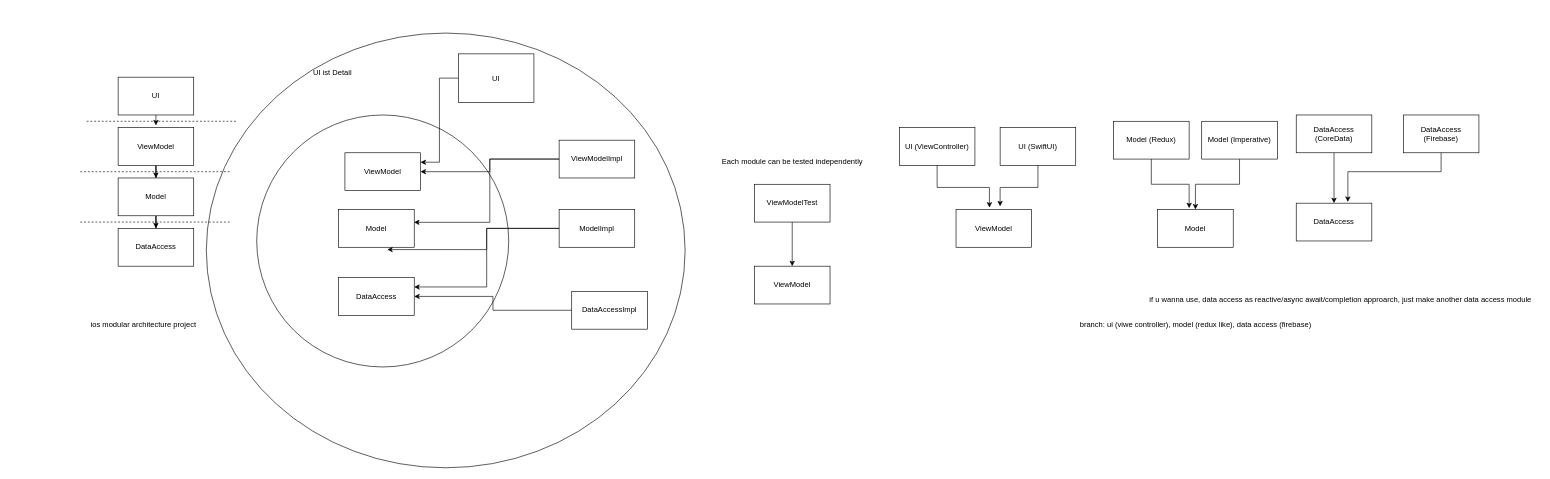
This is todolist-app.drawio from yyasutakee/uml-todoapp, a draw.io file, before an edit. Source tidied: cells renumbered, new cells numbered last; positions are measured from the earlier drawing's top-left corner, leaving out a move shared by most shapes. Both pictures are drawn from the tidied source at 63%, with x=0, y=0 at pixel (80, 33).
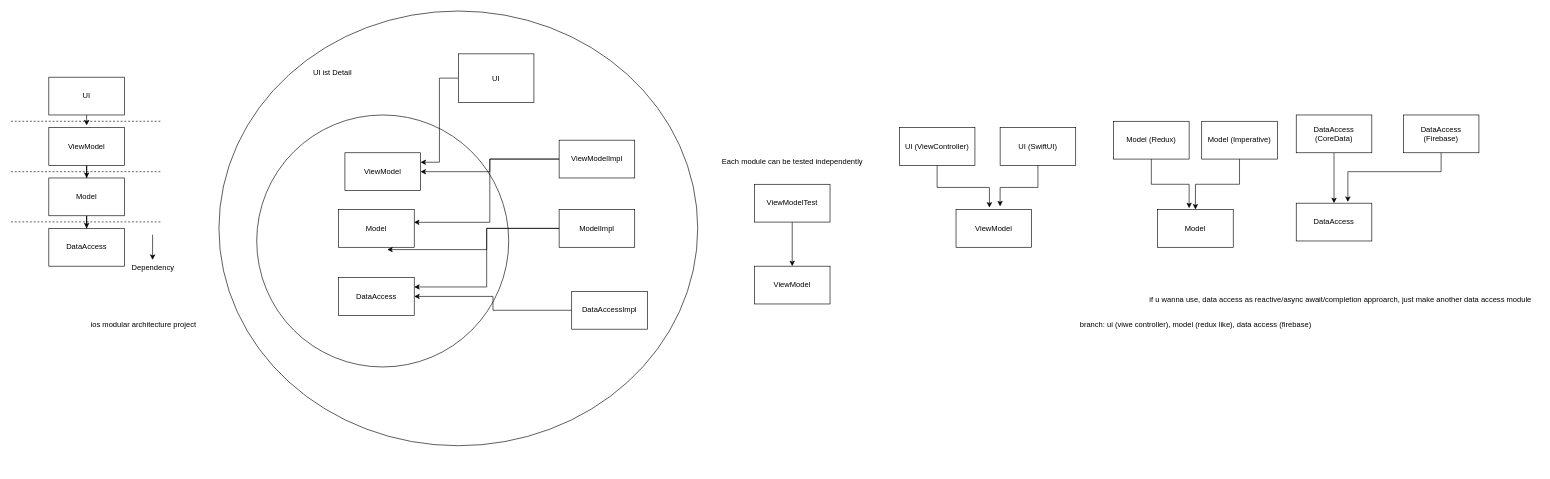
After the change.

Change to the diagram source:
```diff
@@
     <mxCell id="2" style="ellipse;whiteSpace=wrap;html=1;" parent="1" vertex="1">
-      <mxGeometry x="200" width="760" height="690" as="geometry" />
+      <mxGeometry x="220" y="-35" width="760" height="690" as="geometry" />
     </mxCell>
@@
     <mxCell id="4" value="UI" style="rounded=0;whiteSpace=wrap;html=1;" parent="1" vertex="1">
-      <mxGeometry x="60" y="70" width="120" height="60" as="geometry" />
+      <mxGeometry x="-50" y="70" width="120" height="60" as="geometry" />
     </mxCell>
@@
     <mxCell id="6" value="ViewModel" style="rounded=0;whiteSpace=wrap;html=1;" parent="1" vertex="1">
-      <mxGeometry x="60" y="150" width="120" height="60" as="geometry" />
+      <mxGeometry x="-50" y="150" width="120" height="60" as="geometry" />
     </mxCell>
@@
     <mxCell id="8" value="Model" style="rounded=0;whiteSpace=wrap;html=1;" parent="1" vertex="1">
-      <mxGeometry x="60" y="230" width="120" height="60" as="geometry" />
+      <mxGeometry x="-50" y="230" width="120" height="60" as="geometry" />
     </mxCell>
     <mxCell id="9" value="DataAccess" style="rounded=0;whiteSpace=wrap;html=1;" parent="1" vertex="1">
-      <mxGeometry x="60" y="310" width="120" height="60" as="geometry" />
+      <mxGeometry x="-50" y="310" width="120" height="60" as="geometry" />
     </mxCell>
     <mxCell id="10" style="endArrow=none;dashed=1;html=1;rounded=0;" parent="1" edge="1">
       <mxGeometry relative="1" as="geometry">
-        <mxPoint x="10" y="140" as="sourcePoint" />
-        <mxPoint x="250" y="140" as="targetPoint" />
+        <mxPoint x="-110" y="140" as="sourcePoint" />
+        <mxPoint x="130" y="140" as="targetPoint" />
       </mxGeometry>
     </mxCell>
     <mxCell id="11" style="endArrow=none;dashed=1;html=1;rounded=0;" parent="1" edge="1">
       <mxGeometry relative="1" as="geometry">
-        <mxPoint y="220" as="sourcePoint" />
-        <mxPoint x="240" y="220" as="targetPoint" />
+        <mxPoint x="-110" y="220" as="sourcePoint" />
+        <mxPoint x="130" y="220" as="targetPoint" />
       </mxGeometry>
     </mxCell>
     <mxCell id="12" style="endArrow=none;dashed=1;html=1;rounded=0;" parent="1" edge="1">
       <mxGeometry relative="1" as="geometry">
-        <mxPoint y="300" as="sourcePoint" />
-        <mxPoint x="240" y="300" as="targetPoint" />
+        <mxPoint x="-110" y="299.7" as="sourcePoint" />
+        <mxPoint x="130" y="299.7" as="targetPoint" />
       </mxGeometry>
     </mxCell>
@@
+    <mxCell id="50" style="endArrow=classic;html=1;rounded=0;" parent="1" edge="1">
+      <mxGeometry relative="1" as="geometry">
+        <mxPoint x="114.7" y="320" as="sourcePoint" />
+        <mxPoint x="114.7" y="360" as="targetPoint" />
+      </mxGeometry>
+    </mxCell>
+    <mxCell id="51" value="Dependency" style="text;html=1;align=center;verticalAlign=middle;strokeColor=none;fillColor=none;" parent="1" vertex="1">
+      <mxGeometry x="70" y="358" width="90" height="30" as="geometry" />
+    </mxCell>
```
